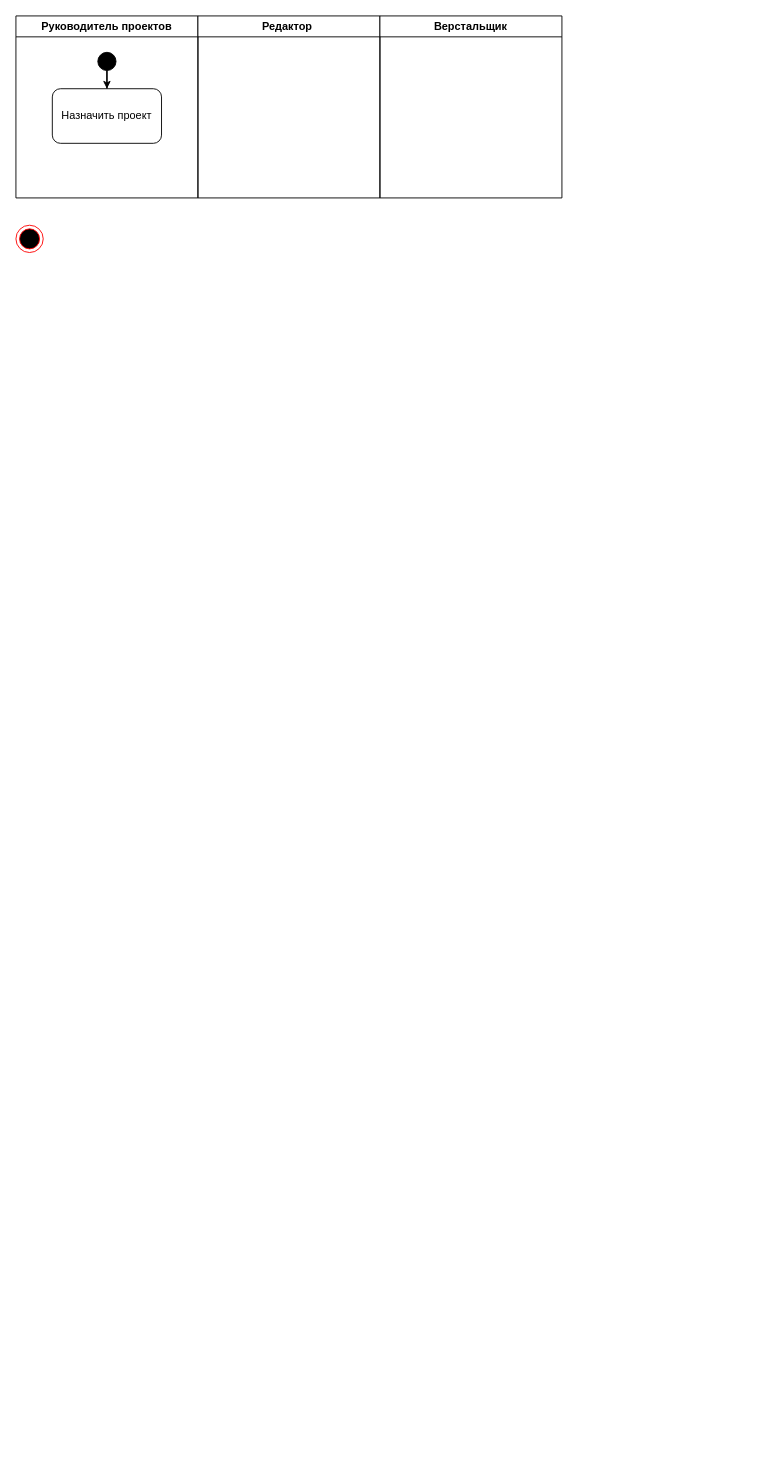
Earlier version of the draw.io diagram ortps5.drawio (danaddi/draw.io). Source tidied: cells renumbered, new cells numbered last; positions are measured from the earlier drawing's top-left corner, leaving out a move shared by most shapes. Both pictures are drawn from the tidied source at 91%, with x=0, y=0 at pixel (15, 15).
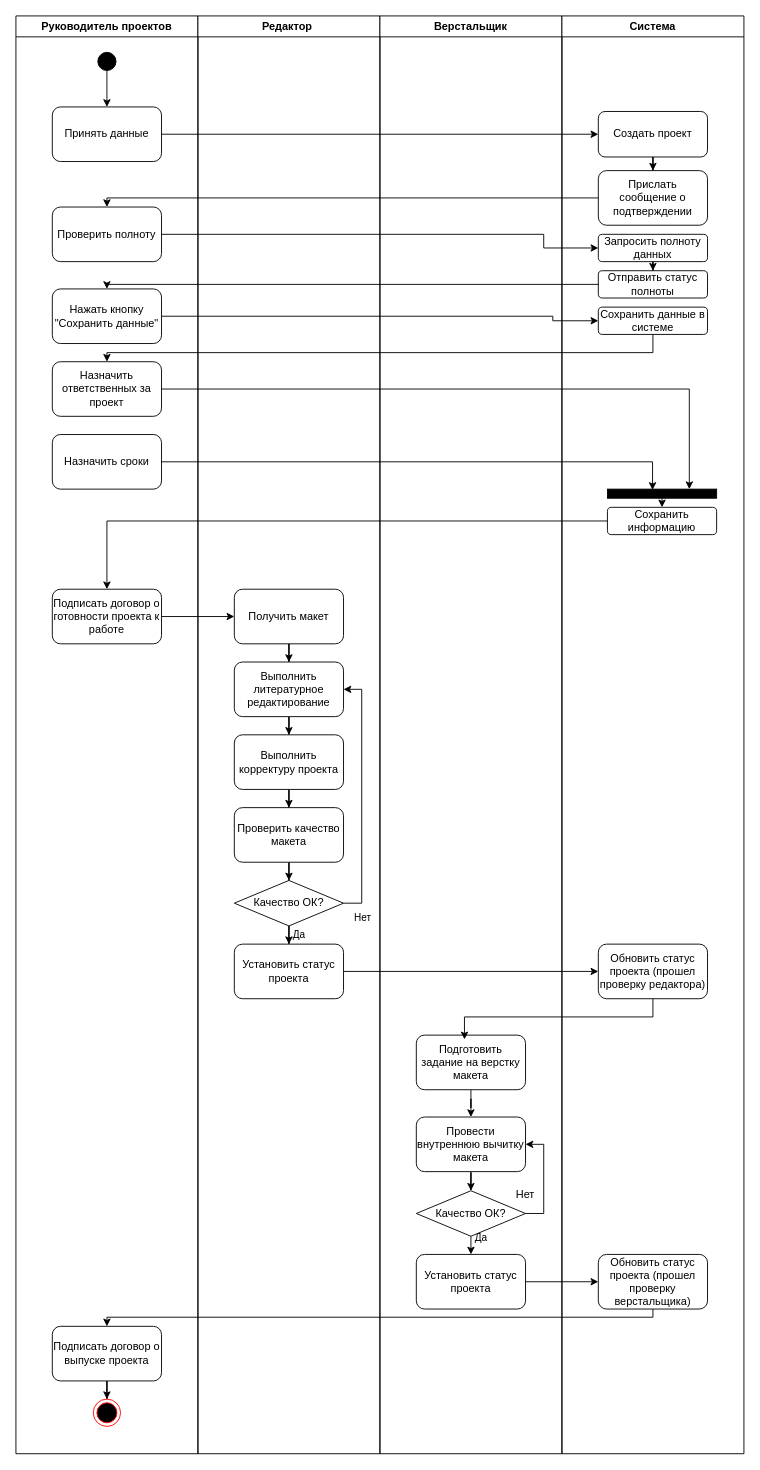
The same page after the edit.

Diff of the diagram source:
```diff
@@
     <mxCell id="2" value="Руководитель проектов" style="swimlane;whiteSpace=wrap;html=1;" parent="1" vertex="1">
-      <mxGeometry width="200" height="200" as="geometry" />
+      <mxGeometry width="200" height="1580" as="geometry" />
     </mxCell>
@@
-    <mxCell id="5" value="Назначить проект" style="rounded=1;whiteSpace=wrap;html=1;" parent="2" vertex="1">
-      <mxGeometry x="40" y="80" width="120" height="60" as="geometry" />
+    <mxCell id="5" value="Принять данные" style="rounded=1;whiteSpace=wrap;html=1;" parent="2" vertex="1">
+      <mxGeometry x="40" y="100" width="120" height="60" as="geometry" />
     </mxCell>
+    <mxCell id="9" value="Назначить ответственных за проект" style="rounded=1;whiteSpace=wrap;html=1;" parent="2" vertex="1">
+      <mxGeometry x="40" y="380" width="120" height="60" as="geometry" />
+    </mxCell>
+    <mxCell id="10" value="Назначить сроки" style="rounded=1;whiteSpace=wrap;html=1;" parent="2" vertex="1">
+      <mxGeometry x="40" y="460" width="120" height="60" as="geometry" />
+    </mxCell>
+    <mxCell id="11" value="Проверить полноту" style="rounded=1;whiteSpace=wrap;html=1;" parent="2" vertex="1">
+      <mxGeometry x="40" y="210" width="120" height="60" as="geometry" />
+    </mxCell>
+    <mxCell id="12" value="Нажать кнопку &quot;Сохранить данные&quot;" style="rounded=1;whiteSpace=wrap;html=1;" parent="2" vertex="1">
+      <mxGeometry x="40" y="300" width="120" height="60" as="geometry" />
+    </mxCell>
     <mxCell id="6" value="Редактор&amp;nbsp;" style="swimlane;whiteSpace=wrap;html=1;" parent="1" vertex="1">
-      <mxGeometry x="200" width="200" height="200" as="geometry" />
+      <mxGeometry x="200" width="200" height="1580" as="geometry" />
     </mxCell>
     <mxCell id="7" value="Верстальщик" style="swimlane;whiteSpace=wrap;html=1;startSize=23;" parent="1" vertex="1">
-      <mxGeometry x="400" width="200" height="200" as="geometry" />
+      <mxGeometry x="400" width="200" height="1580" as="geometry" />
     </mxCell>
+    <mxCell id="13" style="edgeStyle=orthogonalEdgeStyle;rounded=0;jettySize=auto;html=1;exitX=0;exitY=0.5;exitDx=0;exitDy=0;" parent="7" edge="1" source="34">
+      <mxGeometry relative="1" as="geometry">
+        <mxPoint x="-300" y="210" as="targetPoint" />
+        <Array as="points">
+          <mxPoint x="-300" y="200" />
+        </Array>
+      </mxGeometry>
+    </mxCell>
+    <mxCell id="14" value="Подписать договор о готовности проекта к работе" style="rounded=1;whiteSpace=wrap;html=1;" parent="7" vertex="1">
+      <mxGeometry x="-360" y="630" width="120" height="60" as="geometry" />
+    </mxCell>
+    <mxCell id="15" style="edgeStyle=orthogonalEdgeStyle;rounded=0;jettySize=auto;html=1;" parent="7" edge="1" source="16" target="18">
+      <mxGeometry relative="1" as="geometry" />
+    </mxCell>
+    <mxCell id="16" value="Получить макет" style="rounded=1;whiteSpace=wrap;html=1;" parent="7" vertex="1">
+      <mxGeometry x="-160" y="630" width="120" height="60" as="geometry" />
+    </mxCell>
+    <mxCell id="17" style="edgeStyle=orthogonalEdgeStyle;rounded=0;jettySize=auto;html=1;" parent="7" edge="1" source="18" target="25">
+      <mxGeometry relative="1" as="geometry" />
+    </mxCell>
+    <mxCell id="18" value="Выполнить литературное редактирование" style="whiteSpace=wrap;html=1;rounded=1;" parent="7" vertex="1">
+      <mxGeometry x="-160" y="710" width="120" height="60" as="geometry" />
+    </mxCell>
+    <mxCell id="19" style="edgeStyle=orthogonalEdgeStyle;rounded=0;jettySize=auto;html=1;entryX=1;entryY=0.5;entryDx=0;entryDy=0;" parent="7" edge="1" source="23" target="18">
+      <mxGeometry relative="1" as="geometry">
+        <Array as="points">
+          <mxPoint x="-20" y="975" />
+          <mxPoint x="-20" y="740" />
+        </Array>
+      </mxGeometry>
+    </mxCell>
+    <mxCell id="20" value="Нет" style="edgeLabel;html=1;align=center;verticalAlign=middle;" parent="19" vertex="1">
+      <mxGeometry x="-0.93" y="-1" relative="1" as="geometry">
+        <mxPoint x="10" y="14" as="offset" />
+      </mxGeometry>
+    </mxCell>
+    <mxCell id="21" style="edgeStyle=orthogonalEdgeStyle;rounded=0;jettySize=auto;html=1;" parent="7" edge="1" source="23" target="29">
+      <mxGeometry relative="1" as="geometry" />
+    </mxCell>
+    <mxCell id="22" value="Да" style="edgeLabel;html=1;align=center;verticalAlign=middle;" parent="21" vertex="1">
+      <mxGeometry x="0.62" y="1" relative="1" as="geometry">
+        <mxPoint x="9" as="offset" />
+      </mxGeometry>
+    </mxCell>
+    <mxCell id="23" value="Качество ОК?" style="rhombus;whiteSpace=wrap;html=1;" parent="7" vertex="1">
+      <mxGeometry x="-160" y="950" width="120" height="50" as="geometry" />
+    </mxCell>
+    <mxCell id="24" style="edgeStyle=orthogonalEdgeStyle;rounded=0;jettySize=auto;html=1;" parent="7" edge="1" source="25" target="27">
+      <mxGeometry relative="1" as="geometry" />
+    </mxCell>
+    <mxCell id="25" value="Выполнить корректуру проекта" style="whiteSpace=wrap;html=1;rounded=1;" parent="7" vertex="1">
+      <mxGeometry x="-160" y="790" width="120" height="60" as="geometry" />
+    </mxCell>
+    <mxCell id="26" style="edgeStyle=orthogonalEdgeStyle;rounded=0;jettySize=auto;html=1;" parent="7" edge="1" source="27" target="23">
+      <mxGeometry relative="1" as="geometry" />
+    </mxCell>
+    <mxCell id="27" value="Проверить качество&lt;br&gt;макета" style="whiteSpace=wrap;html=1;rounded=1;" parent="7" vertex="1">
+      <mxGeometry x="-160" y="870" width="120" height="60" as="geometry" />
+    </mxCell>
+    <mxCell id="28" style="edgeStyle=orthogonalEdgeStyle;rounded=0;jettySize=auto;html=1;" parent="7" edge="1" source="29">
+      <mxGeometry relative="1" as="geometry">
+        <mxPoint x="240" y="1050" as="targetPoint" />
+      </mxGeometry>
+    </mxCell>
+    <mxCell id="29" value="Установить статус проекта" style="rounded=1;whiteSpace=wrap;html=1;" parent="7" vertex="1">
+      <mxGeometry x="-160" y="1020" width="120" height="60" as="geometry" />
+    </mxCell>
+    <mxCell id="30" style="edgeStyle=orthogonalEdgeStyle;rounded=0;jettySize=auto;html=1;" parent="7" edge="1" source="14" target="16">
+      <mxGeometry relative="1" as="geometry" />
+    </mxCell>
+    <mxCell id="31" value="Система" style="swimlane;whiteSpace=wrap;html=1;fillColor=#FFFFFF;fillStyle=auto;gradientColor=none;swimlaneFillColor=none;" parent="1" vertex="1">
+      <mxGeometry x="600" width="200" height="1580" as="geometry" />
+    </mxCell>
+    <mxCell id="32" style="edgeStyle=orthogonalEdgeStyle;rounded=0;jettySize=auto;html=1;" parent="31" edge="1" source="33" target="34">
+      <mxGeometry relative="1" as="geometry" />
+    </mxCell>
+    <mxCell id="33" value="Создать проект" style="rounded=1;whiteSpace=wrap;html=1;" parent="31" vertex="1">
+      <mxGeometry x="40" y="105" width="120" height="50" as="geometry" />
+    </mxCell>
+    <mxCell id="34" value="Прислать сообщение о подтверждении" style="rounded=1;whiteSpace=wrap;html=1;" parent="31" vertex="1">
+      <mxGeometry x="40" y="170" width="120" height="60" as="geometry" />
+    </mxCell>
+    <mxCell id="35" style="edgeStyle=orthogonalEdgeStyle;rounded=0;jettySize=auto;html=1;entryX=0.5;entryY=0;entryDx=0;entryDy=0;" parent="31" edge="1" source="36" target="37">
+      <mxGeometry relative="1" as="geometry" />
+    </mxCell>
+    <mxCell id="36" value="Запросить полноту данных" style="rounded=1;whiteSpace=wrap;html=1;" parent="31" vertex="1">
+      <mxGeometry x="40" y="240" width="120" height="30" as="geometry" />
+    </mxCell>
+    <mxCell id="37" value="Отправить статус полноты" style="rounded=1;whiteSpace=wrap;html=1;" parent="31" vertex="1">
+      <mxGeometry x="40" y="280" width="120" height="30" as="geometry" />
+    </mxCell>
+    <mxCell id="38" value="Сохранить данные в системе" style="rounded=1;whiteSpace=wrap;html=1;" parent="31" vertex="1">
+      <mxGeometry x="40" y="320" width="120" height="30" as="geometry" />
+    </mxCell>
+    <mxCell id="39" value="Сохранить информацию" style="rounded=1;whiteSpace=wrap;html=1;" parent="31" vertex="1">
+      <mxGeometry x="50" y="540" width="120" height="30" as="geometry" />
+    </mxCell>
+    <mxCell id="40" style="edgeStyle=orthogonalEdgeStyle;rounded=0;jettySize=auto;html=1;entryX=0.5;entryY=0;entryDx=0;entryDy=0;" parent="31" edge="1" source="41" target="39">
+      <mxGeometry relative="1" as="geometry">
+        <Array as="points">
+          <mxPoint x="110" y="540" />
+          <mxPoint x="110" y="540" />
+        </Array>
+      </mxGeometry>
+    </mxCell>
+    <mxCell id="41" style="rounded=0;whiteSpace=wrap;html=1;gradientColor=none;fillColor=#000000;" parent="31" vertex="1">
+      <mxGeometry x="50" y="520" width="120" height="10" as="geometry" />
+    </mxCell>
+    <mxCell id="42" value="Обновить статус проекта (прошел проверку редактора)" style="rounded=1;whiteSpace=wrap;html=1;" parent="31" vertex="1">
+      <mxGeometry x="40" y="1020" width="120" height="60" as="geometry" />
+    </mxCell>
+    <mxCell id="43" style="edgeStyle=orthogonalEdgeStyle;rounded=0;jettySize=auto;html=1;" parent="31" edge="1" source="44" target="8">
+      <mxGeometry relative="1" as="geometry" />
+    </mxCell>
+    <mxCell id="44" value="Подписать договор о выпуске проекта" style="rounded=1;whiteSpace=wrap;html=1;" parent="31" vertex="1">
+      <mxGeometry x="-560" y="1440" width="120" height="60" as="geometry" />
+    </mxCell>
-    <mxCell id="8" style="ellipse;html=1;shape=endState;fillColor=#000000;strokeColor=#ff0000;" parent="1" vertex="1">
-      <mxGeometry y="230" width="30" height="30" as="geometry" />
+    <mxCell id="8" style="ellipse;html=1;shape=endState;fillColor=#000000;strokeColor=#ff0000;" parent="31" vertex="1">
+      <mxGeometry x="-515" y="1520" width="30" height="30" as="geometry" />
     </mxCell>
+    <mxCell id="45" value="Обновить статус проекта (прошел проверку верстальщика)" style="rounded=1;whiteSpace=wrap;html=1;" parent="31" vertex="1">
+      <mxGeometry x="40" y="1361" width="120" height="60" as="geometry" />
+    </mxCell>
+    <mxCell id="46" value="Нет" style="text;html=1;whiteSpace=wrap;strokeColor=none;fillColor=none;align=center;verticalAlign=middle;rounded=0;" parent="31" vertex="1">
+      <mxGeometry x="-70" y="1281" width="60" height="30" as="geometry" />
+    </mxCell>
+    <mxCell id="47" style="edgeStyle=orthogonalEdgeStyle;rounded=0;jettySize=auto;html=1;" parent="31" edge="1" source="48" target="52">
+      <mxGeometry relative="1" as="geometry" />
+    </mxCell>
+    <mxCell id="48" value="Провести внутреннюю вычитку макета" style="whiteSpace=wrap;html=1;rounded=1;" parent="31" vertex="1">
+      <mxGeometry x="-160" y="1210" width="120" height="60" as="geometry" />
+    </mxCell>
+    <mxCell id="49" style="edgeStyle=orthogonalEdgeStyle;rounded=0;jettySize=auto;html=1;entryX=1;entryY=0.5;entryDx=0;entryDy=0;exitX=1;exitY=0.5;exitDx=0;exitDy=0;" parent="31" edge="1" source="52" target="48">
+      <mxGeometry relative="1" as="geometry" />
+    </mxCell>
+    <mxCell id="50" style="edgeStyle=orthogonalEdgeStyle;rounded=0;jettySize=auto;html=1;" parent="31" edge="1" source="52">
+      <mxGeometry relative="1" as="geometry">
+        <mxPoint x="-100" y="1361" as="targetPoint" />
+      </mxGeometry>
+    </mxCell>
+    <mxCell id="51" value="Да" style="edgeLabel;html=1;align=center;verticalAlign=middle;" parent="50" vertex="1">
+      <mxGeometry x="-0.22" y="-1" relative="1" as="geometry">
+        <mxPoint x="11" y="-7" as="offset" />
+      </mxGeometry>
+    </mxCell>
+    <mxCell id="52" value="Качество ОК?" style="rhombus;whiteSpace=wrap;html=1;" parent="31" vertex="1">
+      <mxGeometry x="-160" y="1291" width="120" height="50" as="geometry" />
+    </mxCell>
+    <mxCell id="53" style="edgeStyle=orthogonalEdgeStyle;rounded=0;jettySize=auto;html=1;entryX=0;entryY=0.5;entryDx=0;entryDy=0;" parent="31" edge="1" source="54" target="45">
+      <mxGeometry relative="1" as="geometry" />
+    </mxCell>
+    <mxCell id="54" value="Установить статус проекта" style="rounded=1;whiteSpace=wrap;html=1;" parent="31" vertex="1">
+      <mxGeometry x="-160" y="1361" width="120" height="60" as="geometry" />
+    </mxCell>
+    <mxCell id="55" style="edgeStyle=orthogonalEdgeStyle;rounded=0;jettySize=auto;html=1;" parent="31" edge="1" source="56" target="48">
+      <mxGeometry relative="1" as="geometry" />
+    </mxCell>
+    <mxCell id="56" value="Подготовить задание на верстку макета" style="whiteSpace=wrap;html=1;rounded=1;" parent="31" vertex="1">
+      <mxGeometry x="-160" y="1120" width="120" height="60" as="geometry" />
+    </mxCell>
+    <mxCell id="57" style="edgeStyle=orthogonalEdgeStyle;rounded=0;jettySize=auto;html=1;entryX=0.441;entryY=0.078;entryDx=0;entryDy=0;entryPerimeter=0;" parent="31" edge="1" source="42" target="56">
+      <mxGeometry relative="1" as="geometry">
+        <Array as="points">
+          <mxPoint x="100" y="1100" />
+          <mxPoint x="-107" y="1100" />
+        </Array>
+      </mxGeometry>
+    </mxCell>
+    <mxCell id="58" style="edgeStyle=orthogonalEdgeStyle;rounded=0;jettySize=auto;html=1;entryX=0.5;entryY=0;entryDx=0;entryDy=0;" parent="31" edge="1" source="45" target="44">
+      <mxGeometry relative="1" as="geometry">
+        <Array as="points">
+          <mxPoint x="100" y="1430" />
+          <mxPoint x="-500" y="1430" />
+        </Array>
+      </mxGeometry>
+    </mxCell>
+    <mxCell id="59" style="edgeStyle=orthogonalEdgeStyle;rounded=0;jettySize=auto;html=1;" parent="1" edge="1" source="5" target="33">
+      <mxGeometry relative="1" as="geometry" />
+    </mxCell>
+    <mxCell id="60" style="edgeStyle=orthogonalEdgeStyle;rounded=0;jettySize=auto;html=1;entryX=0;entryY=0.5;entryDx=0;entryDy=0;" parent="1" edge="1" source="11" target="36">
+      <mxGeometry relative="1" as="geometry">
+        <Array as="points">
+          <mxPoint x="580" y="240" />
+          <mxPoint x="580" y="255" />
+        </Array>
+      </mxGeometry>
+    </mxCell>
+    <mxCell id="61" style="edgeStyle=orthogonalEdgeStyle;rounded=0;jettySize=auto;html=1;entryX=0.5;entryY=0;entryDx=0;entryDy=0;" parent="1" edge="1" source="37" target="12">
+      <mxGeometry relative="1" as="geometry">
+        <Array as="points">
+          <mxPoint x="100" y="295" />
+        </Array>
+      </mxGeometry>
+    </mxCell>
+    <mxCell id="62" style="edgeStyle=orthogonalEdgeStyle;rounded=0;jettySize=auto;html=1;entryX=0;entryY=0.5;entryDx=0;entryDy=0;" parent="1" edge="1" source="12" target="38">
+      <mxGeometry relative="1" as="geometry">
+        <Array as="points">
+          <mxPoint x="590" y="330" />
+          <mxPoint x="590" y="335" />
+        </Array>
+      </mxGeometry>
+    </mxCell>
+    <mxCell id="63" style="edgeStyle=orthogonalEdgeStyle;rounded=0;jettySize=auto;html=1;" parent="1" edge="1" source="38" target="9">
+      <mxGeometry relative="1" as="geometry">
+        <Array as="points">
+          <mxPoint x="700" y="370" />
+          <mxPoint x="100" y="370" />
+        </Array>
+      </mxGeometry>
+    </mxCell>
+    <mxCell id="64" style="edgeStyle=orthogonalEdgeStyle;rounded=0;jettySize=auto;html=1;entryX=0.75;entryY=0;entryDx=0;entryDy=0;" parent="1" edge="1" source="9" target="41">
+      <mxGeometry relative="1" as="geometry" />
+    </mxCell>
+    <mxCell id="65" style="edgeStyle=orthogonalEdgeStyle;rounded=0;jettySize=auto;html=1;entryX=0.413;entryY=0.095;entryDx=0;entryDy=0;entryPerimeter=0;" parent="1" edge="1" source="10" target="41">
+      <mxGeometry relative="1" as="geometry">
+        <Array as="points">
+          <mxPoint x="700" y="490" />
+          <mxPoint x="700" y="521" />
+        </Array>
+      </mxGeometry>
+    </mxCell>
+    <mxCell id="66" style="edgeStyle=orthogonalEdgeStyle;rounded=0;jettySize=auto;html=1;" parent="1" edge="1" source="39" target="14">
+      <mxGeometry relative="1" as="geometry" />
+    </mxCell>
```
